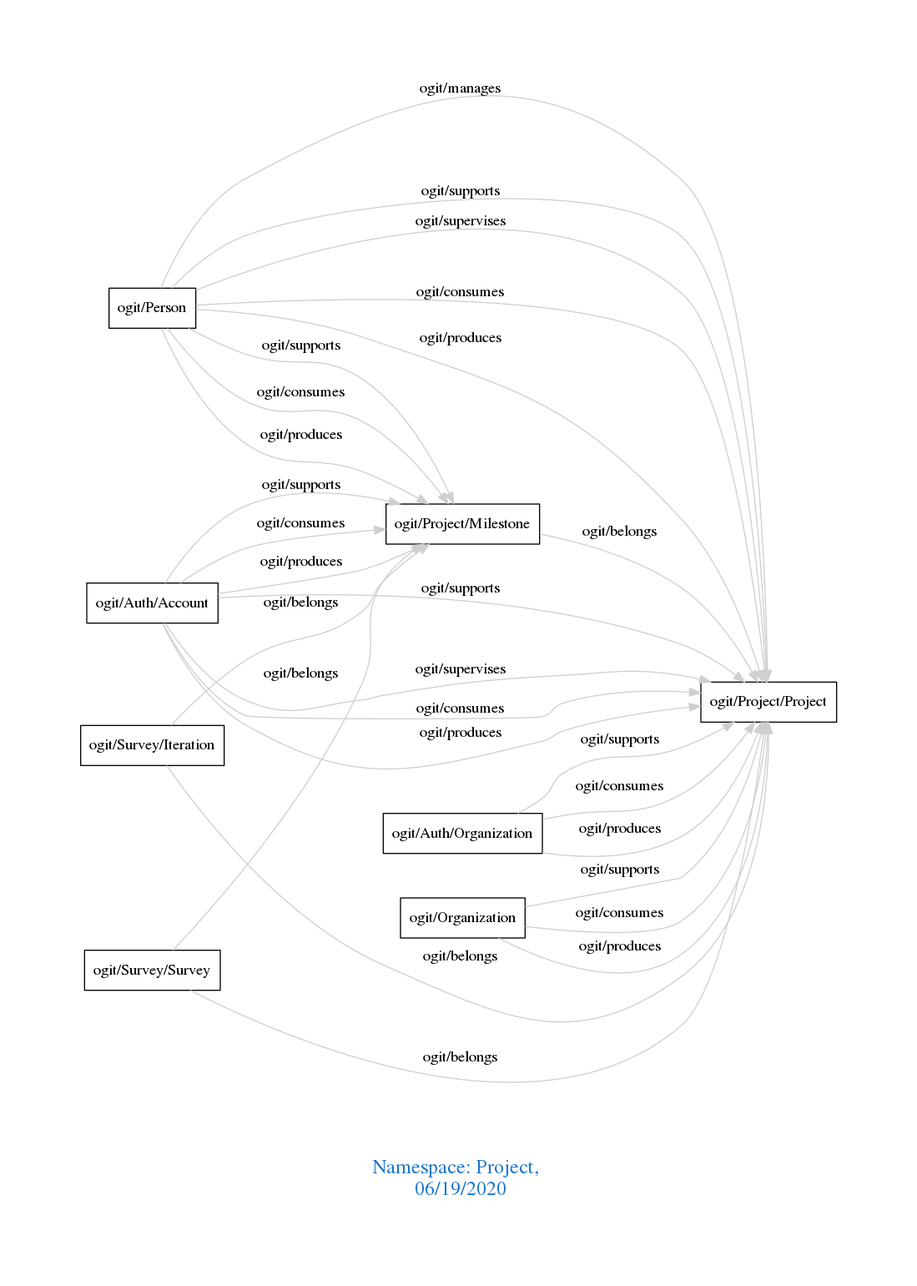
The Graphviz diagram downloads/Project.png in arago/OGIT, before a commit. Its source is kept beside it as downloads/Project.dot.
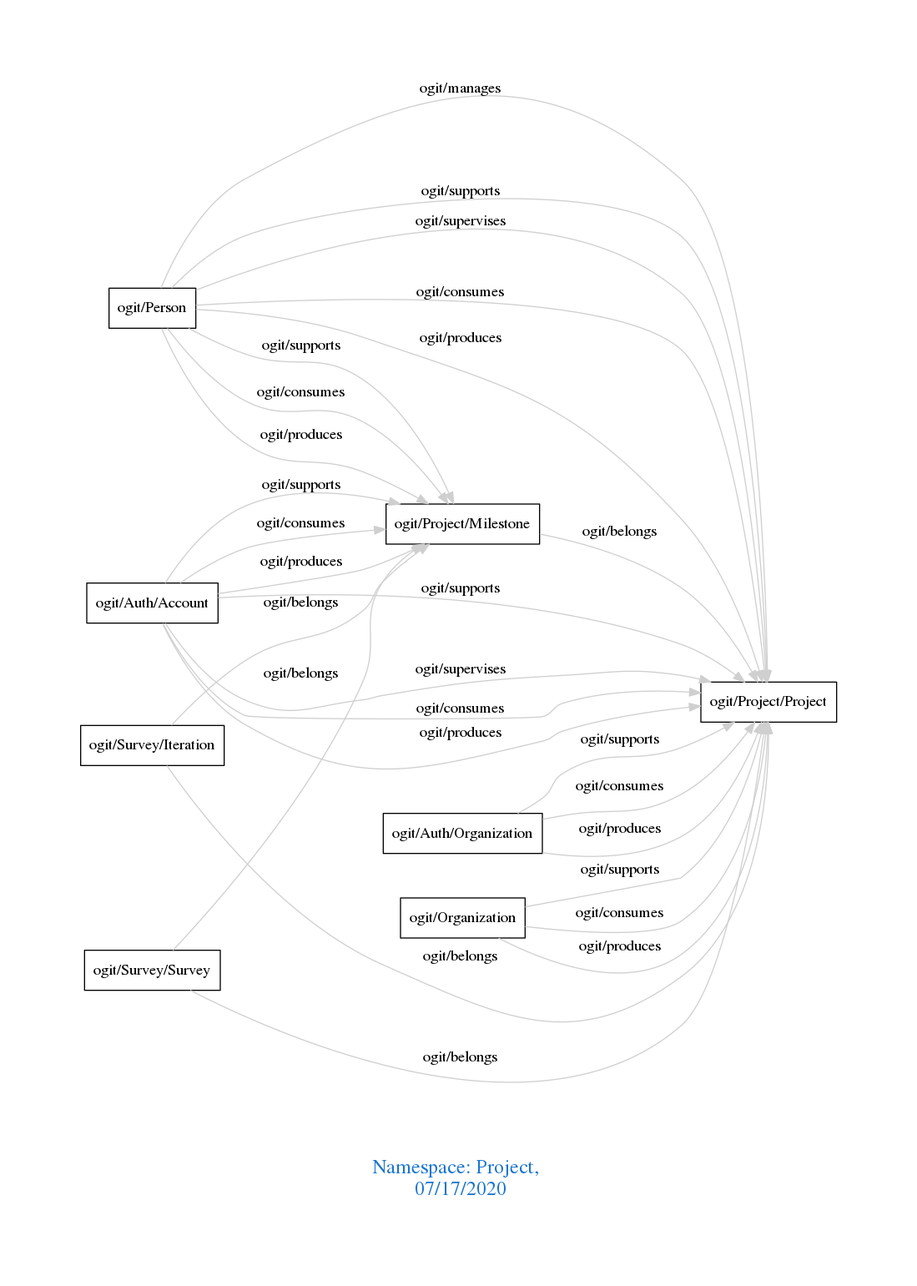
After the commit.

The edit, as a diff of the source:
```diff
@@ -1,7 +1,7 @@
 digraph OGIT_ontology {
  graph [ rankdir= LR,pad=1
 fontsize = 18,
-fontcolor= dodgerblue3,label = "\n\n\nNamespace: Project, \n 06/19/2020"];
+fontcolor= dodgerblue3,label = "\n\n\nNamespace: Project, \n 07/17/2020"];
 node[shape=polygon];
 edge [  color="gray81"];
 
```
